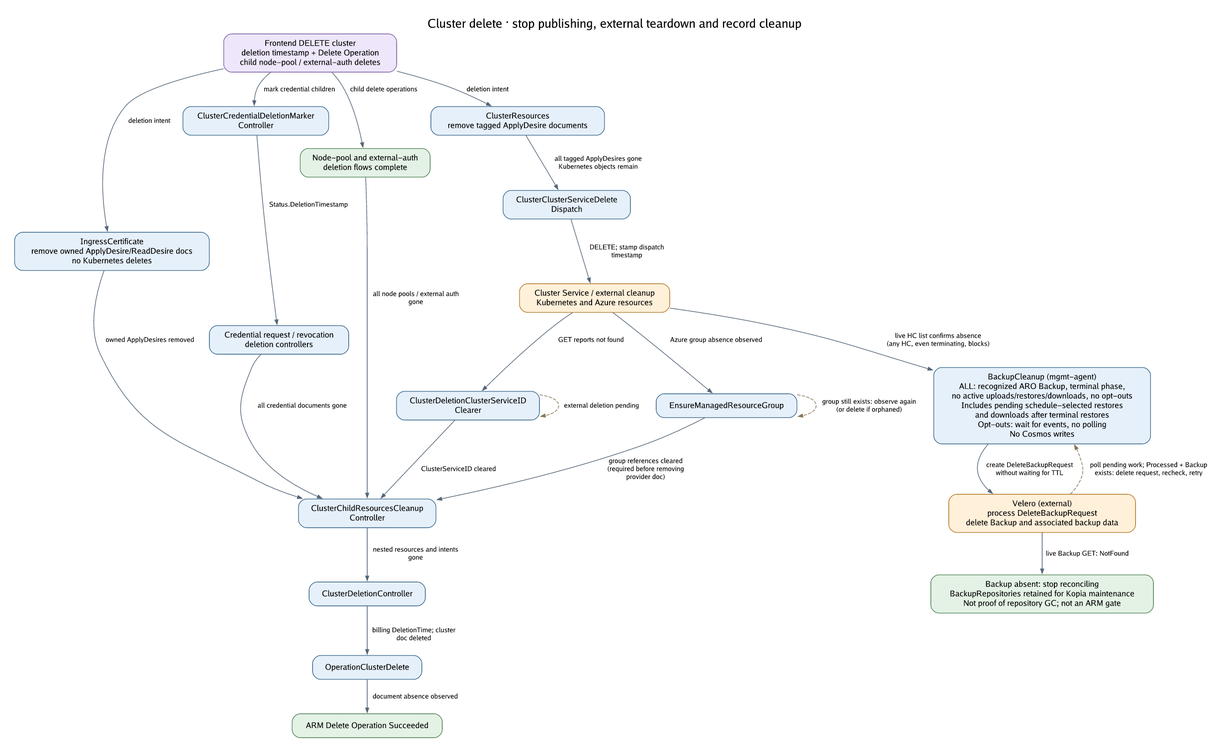
The Graphviz diagram docs/diagrams/controller-flows/cluster-delete.png in Azure/ARO-HCP, before a commit. Its source is kept beside it as docs/diagrams/controller-flows/cluster-delete.dot.
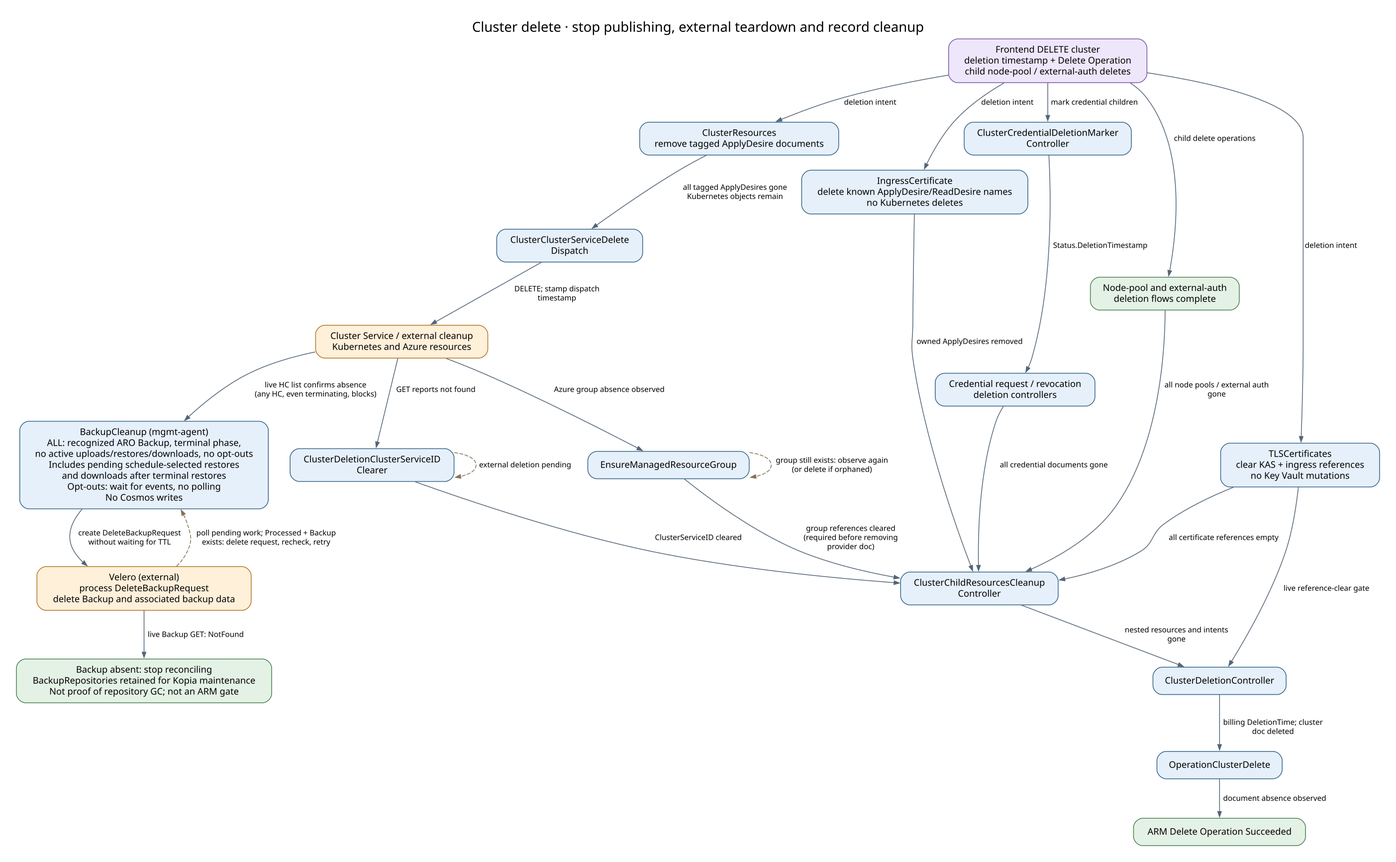
Above is the later version.

The edit, as a diff of the source:
```diff
@@ -4,7 +4,7 @@
   edge [color="#536577", fontname="DejaVu Sans", fontsize=10, arrowsize=0.7];
   delete [label="Frontend DELETE cluster\ndeletion timestamp + Delete Operation\nchild node-pool / external-auth deletes", fillcolor="#eee7fb", color="#7b59a4"];
   resources [label="ClusterResources\nremove tagged ApplyDesire documents", fillcolor="#e6f0fa", color="#35648a"];
-  ingress [label="IngressCertificate\nremove owned ApplyDesire/ReadDesire docs\nno Kubernetes deletes", fillcolor="#e6f0fa", color="#35648a"];
+  ingress [label="IngressCertificate\ndelete known ApplyDesire/ReadDesire names\nno Kubernetes deletes", fillcolor="#e6f0fa", color="#35648a"];
   dispatch [label="ClusterClusterServiceDelete\nDispatch", fillcolor="#e6f0fa", color="#35648a"];
   cs [label="Cluster Service / external cleanup\nKubernetes and Azure resources", fillcolor="#fff0da", color="#b27624"];
   clear [label="ClusterDeletionClusterServiceID\nClearer", fillcolor="#e6f0fa", color="#35648a"];
@@ -12,6 +12,7 @@
   credentials [label="Credential request / revocation\ndeletion controllers", fillcolor="#e6f0fa", color="#35648a"];
   children [label="Node-pool and external-auth\ndeletion flows complete", fillcolor="#e4f2e5", color="#4c8053"];
   group [label="EnsureManagedResourceGroup", fillcolor="#e6f0fa", color="#35648a"];
+  certificates [label="TLSCertificates\nclear KAS + ingress references\nno Key Vault mutations", fillcolor="#e6f0fa", color="#35648a"];
   cleanup [label="ClusterChildResourcesCleanup\nController", fillcolor="#e6f0fa", color="#35648a"];
   final [label="ClusterDeletionController", fillcolor="#e6f0fa", color="#35648a"];
   op [label="OperationClusterDelete", fillcolor="#e6f0fa", color="#35648a"];
@@ -21,6 +22,9 @@
   retained [label="Backup absent: stop reconciling\nBackupRepositories retained for Kopia maintenance\nNot proof of repository GC; not an ARM gate", fillcolor="#e4f2e5", color="#4c8053"];
   delete -> resources [label="deletion intent"];
   delete -> ingress [label="deletion intent"];
+  delete -> certificates [label="deletion intent"];
+  certificates -> cleanup [label="all certificate references empty"];
+  certificates -> final [label="live reference-clear gate"];
   ingress -> cleanup [label="owned ApplyDesires removed"];
   resources -> dispatch [label="all tagged ApplyDesires gone\nKubernetes objects remain"];
   dispatch -> cs [label="DELETE; stamp dispatch\ntimestamp"];
```
